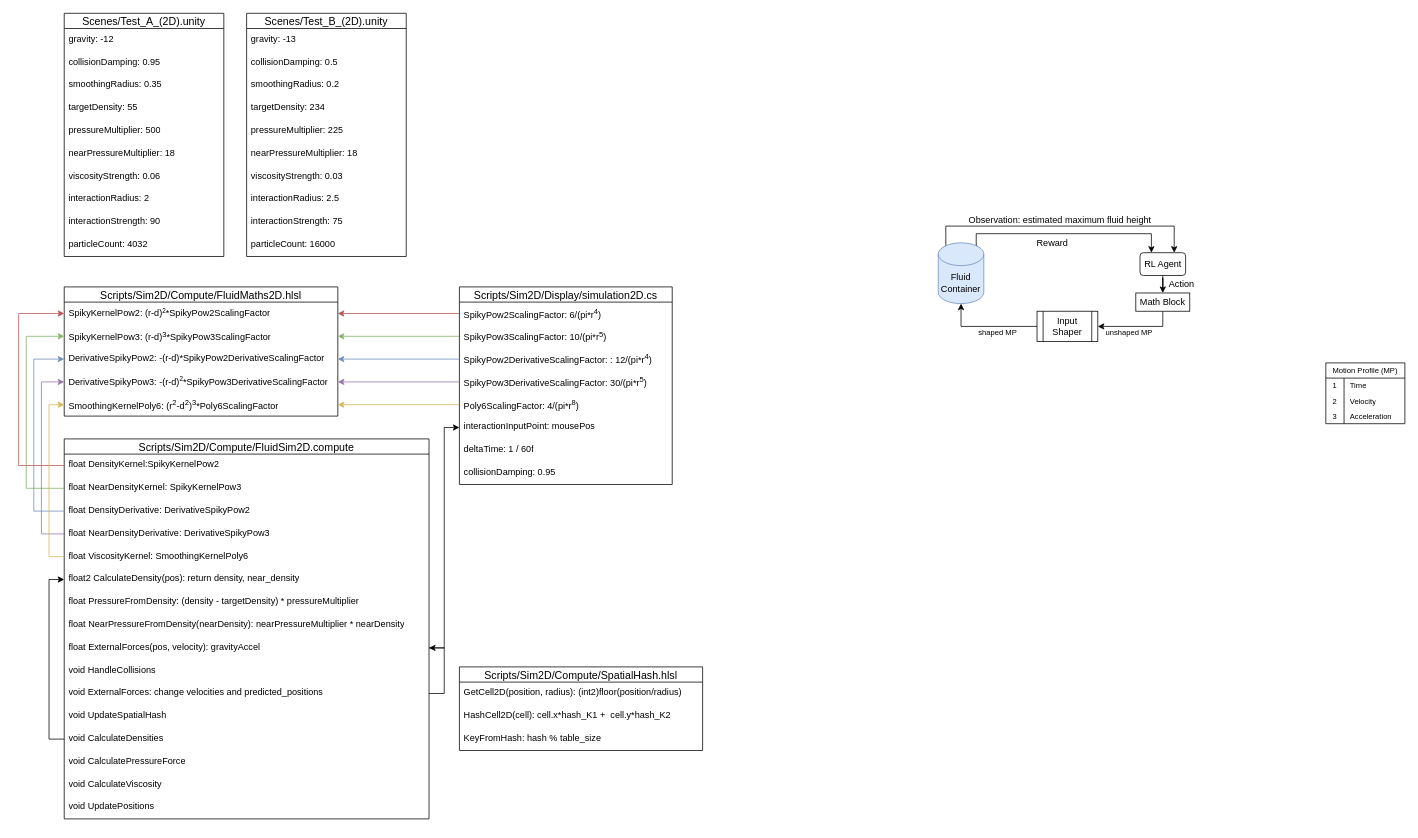
The draw.io diagram Fluid-Sim.drawio in RiemannLee19/UMLs, before the edit. Source tidied: cells renumbered, new cells numbered last; positions are measured from the earlier drawing's top-left corner, leaving out a move shared by most shapes. Both pictures are drawn from the tidied source at 76%, with x=0, y=0 at pixel (18, 13).
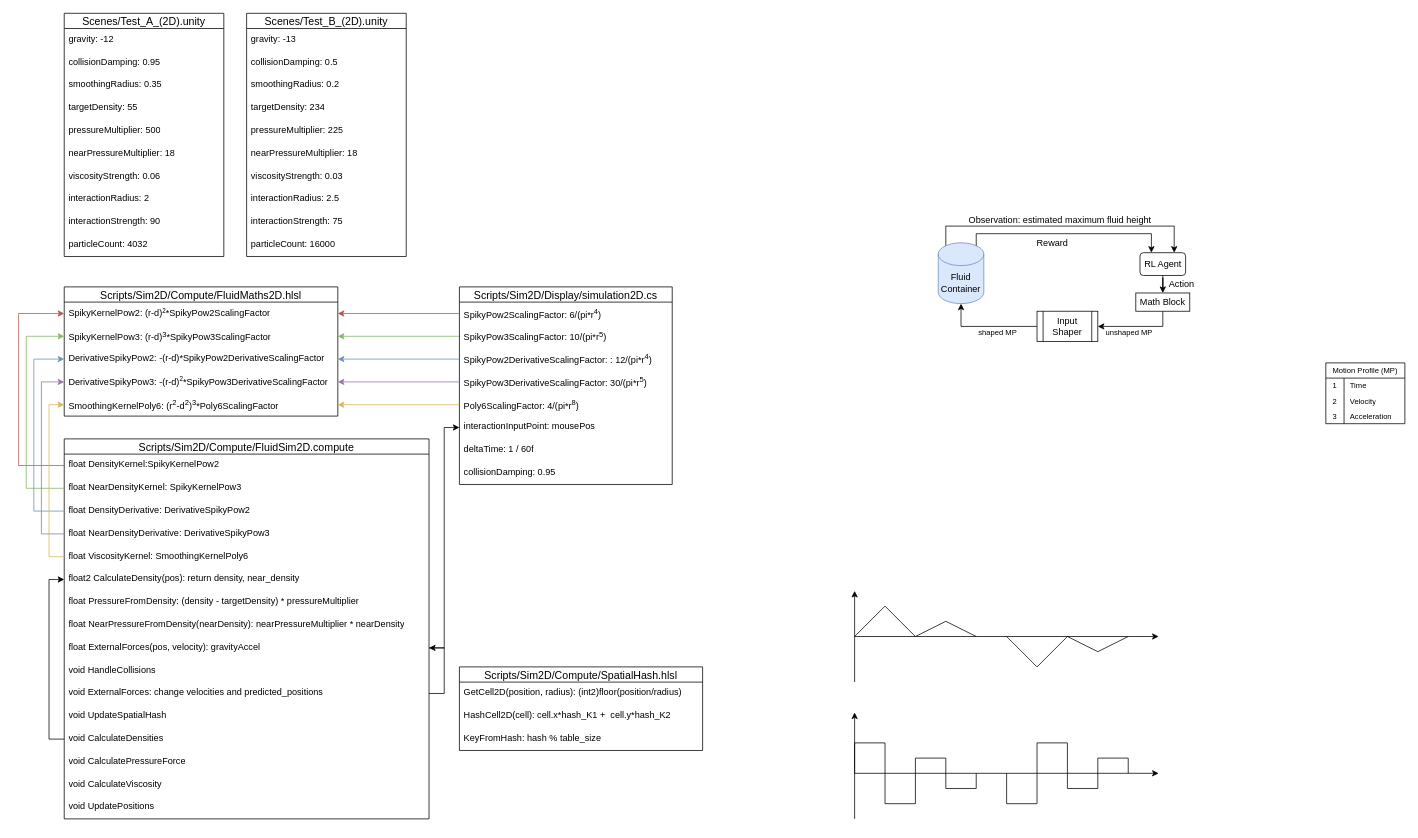
The same diagram, later.

The edit, as a diff of the source:
```diff
@@
+    <mxCell id="97" style="endArrow=classic;html=1;rounded=0;" parent="1" edge="1">
+      <mxGeometry relative="1" as="geometry">
+        <mxPoint x="1100" y="1000" as="sourcePoint" />
+        <mxPoint x="1500" y="1000" as="targetPoint" />
+      </mxGeometry>
+    </mxCell>
+    <mxCell id="98" style="endArrow=classic;html=1;rounded=0;" parent="1" edge="1">
+      <mxGeometry relative="1" as="geometry">
+        <mxPoint x="1100" y="1060" as="sourcePoint" />
+        <mxPoint x="1100" y="920" as="targetPoint" />
+      </mxGeometry>
+    </mxCell>
+    <mxCell id="99" style="group;" parent="1" vertex="1">
+      <mxGeometry x="1100" y="960" width="160" height="80" as="geometry" />
+    </mxCell>
+    <mxCell id="100" style="endArrow=none;html=1;rounded=0;" parent="99" edge="1">
+      <mxGeometry relative="1" as="geometry">
+        <mxPoint as="sourcePoint" />
+        <mxPoint x="40" as="targetPoint" />
+      </mxGeometry>
+    </mxCell>
+    <mxCell id="101" style="endArrow=none;html=1;rounded=0;" parent="99" edge="1">
+      <mxGeometry relative="1" as="geometry">
+        <mxPoint x="40" as="sourcePoint" />
+        <mxPoint x="40" y="80" as="targetPoint" />
+      </mxGeometry>
+    </mxCell>
+    <mxCell id="102" style="endArrow=none;html=1;rounded=0;" parent="99" edge="1">
+      <mxGeometry relative="1" as="geometry">
+        <mxPoint x="40" y="80" as="sourcePoint" />
+        <mxPoint x="80" y="80" as="targetPoint" />
+      </mxGeometry>
+    </mxCell>
+    <mxCell id="103" style="endArrow=none;html=1;rounded=0;" parent="99" edge="1">
+      <mxGeometry relative="1" as="geometry">
+        <mxPoint x="80" y="20" as="sourcePoint" />
+        <mxPoint x="80" y="80" as="targetPoint" />
+      </mxGeometry>
+    </mxCell>
+    <mxCell id="104" style="endArrow=none;html=1;rounded=0;" parent="99" edge="1">
+      <mxGeometry relative="1" as="geometry">
+        <mxPoint x="80" y="20" as="sourcePoint" />
+        <mxPoint x="120" y="20" as="targetPoint" />
+      </mxGeometry>
+    </mxCell>
+    <mxCell id="105" style="endArrow=none;html=1;rounded=0;" parent="99" edge="1">
+      <mxGeometry relative="1" as="geometry">
+        <mxPoint x="120" y="20" as="sourcePoint" />
+        <mxPoint x="120" y="60" as="targetPoint" />
+      </mxGeometry>
+    </mxCell>
+    <mxCell id="106" style="endArrow=none;html=1;rounded=0;" parent="99" edge="1">
+      <mxGeometry relative="1" as="geometry">
+        <mxPoint x="160" y="60" as="sourcePoint" />
+        <mxPoint x="120" y="60" as="targetPoint" />
+      </mxGeometry>
+    </mxCell>
+    <mxCell id="107" style="endArrow=none;html=1;rounded=0;" parent="99" edge="1">
+      <mxGeometry relative="1" as="geometry">
+        <mxPoint x="160" y="40" as="sourcePoint" />
+        <mxPoint x="160" y="60" as="targetPoint" />
+      </mxGeometry>
+    </mxCell>
+    <mxCell id="108" style="endArrow=none;html=1;rounded=0;" parent="99" edge="1">
+      <mxGeometry relative="1" as="geometry">
+        <mxPoint y="40" as="sourcePoint" />
+        <mxPoint as="targetPoint" />
+      </mxGeometry>
+    </mxCell>
+    <mxCell id="109" style="group;flipV=1;" parent="1" vertex="1">
+      <mxGeometry x="1300" y="960" width="160" height="80" as="geometry" />
+    </mxCell>
+    <mxCell id="110" style="endArrow=none;html=1;rounded=0;" parent="109" edge="1">
+      <mxGeometry relative="1" as="geometry">
+        <mxPoint y="80" as="sourcePoint" />
+        <mxPoint x="40" y="80" as="targetPoint" />
+      </mxGeometry>
+    </mxCell>
+    <mxCell id="111" style="endArrow=none;html=1;rounded=0;" parent="109" edge="1">
+      <mxGeometry relative="1" as="geometry">
+        <mxPoint x="40" y="80" as="sourcePoint" />
+        <mxPoint x="40" as="targetPoint" />
+      </mxGeometry>
+    </mxCell>
+    <mxCell id="112" style="endArrow=none;html=1;rounded=0;" parent="109" edge="1">
+      <mxGeometry relative="1" as="geometry">
+        <mxPoint x="40" as="sourcePoint" />
+        <mxPoint x="80" as="targetPoint" />
+      </mxGeometry>
+    </mxCell>
+    <mxCell id="113" style="endArrow=none;html=1;rounded=0;" parent="109" edge="1">
+      <mxGeometry relative="1" as="geometry">
+        <mxPoint x="80" y="60" as="sourcePoint" />
+        <mxPoint x="80" as="targetPoint" />
+      </mxGeometry>
+    </mxCell>
+    <mxCell id="114" style="endArrow=none;html=1;rounded=0;" parent="109" edge="1">
+      <mxGeometry relative="1" as="geometry">
+        <mxPoint x="80" y="60" as="sourcePoint" />
+        <mxPoint x="120" y="60" as="targetPoint" />
+      </mxGeometry>
+    </mxCell>
+    <mxCell id="115" style="endArrow=none;html=1;rounded=0;" parent="109" edge="1">
+      <mxGeometry relative="1" as="geometry">
+        <mxPoint x="120" y="60" as="sourcePoint" />
+        <mxPoint x="120" y="20" as="targetPoint" />
+      </mxGeometry>
+    </mxCell>
+    <mxCell id="116" style="endArrow=none;html=1;rounded=0;" parent="109" edge="1">
+      <mxGeometry relative="1" as="geometry">
+        <mxPoint x="160" y="20" as="sourcePoint" />
+        <mxPoint x="120" y="20" as="targetPoint" />
+      </mxGeometry>
+    </mxCell>
+    <mxCell id="117" style="endArrow=none;html=1;rounded=0;" parent="109" edge="1">
+      <mxGeometry relative="1" as="geometry">
+        <mxPoint x="160" y="40" as="sourcePoint" />
+        <mxPoint x="160" y="20" as="targetPoint" />
+      </mxGeometry>
+    </mxCell>
+    <mxCell id="118" style="endArrow=none;html=1;rounded=0;" parent="109" edge="1">
+      <mxGeometry relative="1" as="geometry">
+        <mxPoint y="40" as="sourcePoint" />
+        <mxPoint y="80" as="targetPoint" />
+      </mxGeometry>
+    </mxCell>
+    <mxCell id="119" style="endArrow=classic;html=1;rounded=0;" parent="1" edge="1">
+      <mxGeometry relative="1" as="geometry">
+        <mxPoint x="1100" y="820" as="sourcePoint" />
+        <mxPoint x="1500" y="820" as="targetPoint" />
+      </mxGeometry>
+    </mxCell>
+    <mxCell id="120" style="endArrow=classic;html=1;rounded=0;" parent="1" edge="1">
+      <mxGeometry relative="1" as="geometry">
+        <mxPoint x="1100" y="880" as="sourcePoint" />
+        <mxPoint x="1100" y="760" as="targetPoint" />
+      </mxGeometry>
+    </mxCell>
+    <mxCell id="121" style="group;" parent="1" vertex="1">
+      <mxGeometry x="1100" y="780" width="160" height="40" as="geometry" />
+    </mxCell>
+    <mxCell id="122" style="endArrow=none;html=1;rounded=0;" parent="121" edge="1">
+      <mxGeometry relative="1" as="geometry">
+        <mxPoint y="40" as="sourcePoint" />
+        <mxPoint x="40" as="targetPoint" />
+      </mxGeometry>
+    </mxCell>
+    <mxCell id="123" style="endArrow=none;html=1;rounded=0;" parent="121" edge="1">
+      <mxGeometry relative="1" as="geometry">
+        <mxPoint x="80" y="40" as="sourcePoint" />
+        <mxPoint x="40" as="targetPoint" />
+      </mxGeometry>
+    </mxCell>
+    <mxCell id="124" style="endArrow=none;html=1;rounded=0;" parent="121" edge="1">
+      <mxGeometry relative="1" as="geometry">
+        <mxPoint x="80" y="40" as="sourcePoint" />
+        <mxPoint x="120" y="20" as="targetPoint" />
+      </mxGeometry>
+    </mxCell>
+    <mxCell id="125" style="endArrow=none;html=1;rounded=0;" parent="121" edge="1">
+      <mxGeometry relative="1" as="geometry">
+        <mxPoint x="160" y="40" as="sourcePoint" />
+        <mxPoint x="120" y="20" as="targetPoint" />
+      </mxGeometry>
+    </mxCell>
+    <mxCell id="126" style="group;flipV=1;" parent="1" vertex="1">
+      <mxGeometry x="1300" y="820" width="160" height="40" as="geometry" />
+    </mxCell>
+    <mxCell id="127" style="endArrow=none;html=1;rounded=0;" parent="126" edge="1">
+      <mxGeometry relative="1" as="geometry">
+        <mxPoint as="sourcePoint" />
+        <mxPoint x="40" y="40" as="targetPoint" />
+      </mxGeometry>
+    </mxCell>
+    <mxCell id="128" style="endArrow=none;html=1;rounded=0;" parent="126" edge="1">
+      <mxGeometry relative="1" as="geometry">
+        <mxPoint x="80" as="sourcePoint" />
+        <mxPoint x="40" y="40" as="targetPoint" />
+      </mxGeometry>
+    </mxCell>
+    <mxCell id="129" style="endArrow=none;html=1;rounded=0;" parent="126" edge="1">
+      <mxGeometry relative="1" as="geometry">
+        <mxPoint x="80" as="sourcePoint" />
+        <mxPoint x="120" y="20" as="targetPoint" />
+      </mxGeometry>
+    </mxCell>
+    <mxCell id="130" style="endArrow=none;html=1;rounded=0;" parent="126" edge="1">
+      <mxGeometry relative="1" as="geometry">
+        <mxPoint x="160" as="sourcePoint" />
+        <mxPoint x="120" y="20" as="targetPoint" />
+      </mxGeometry>
+    </mxCell>
```
